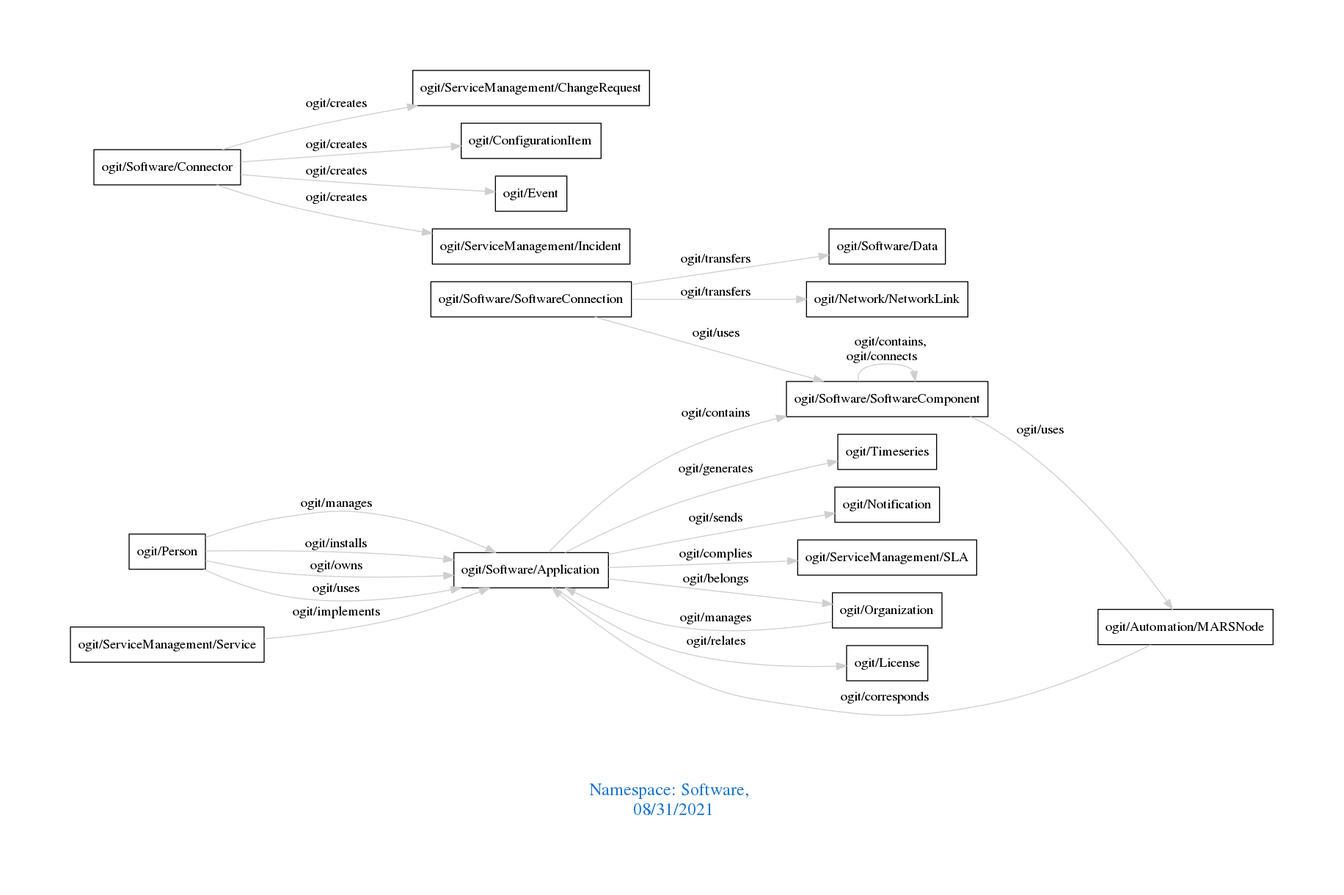
arago/OGIT keeps this Graphviz diagram as downloads/Software.png. Above is the earlier version. Its source is kept beside it as downloads/Software.dot.
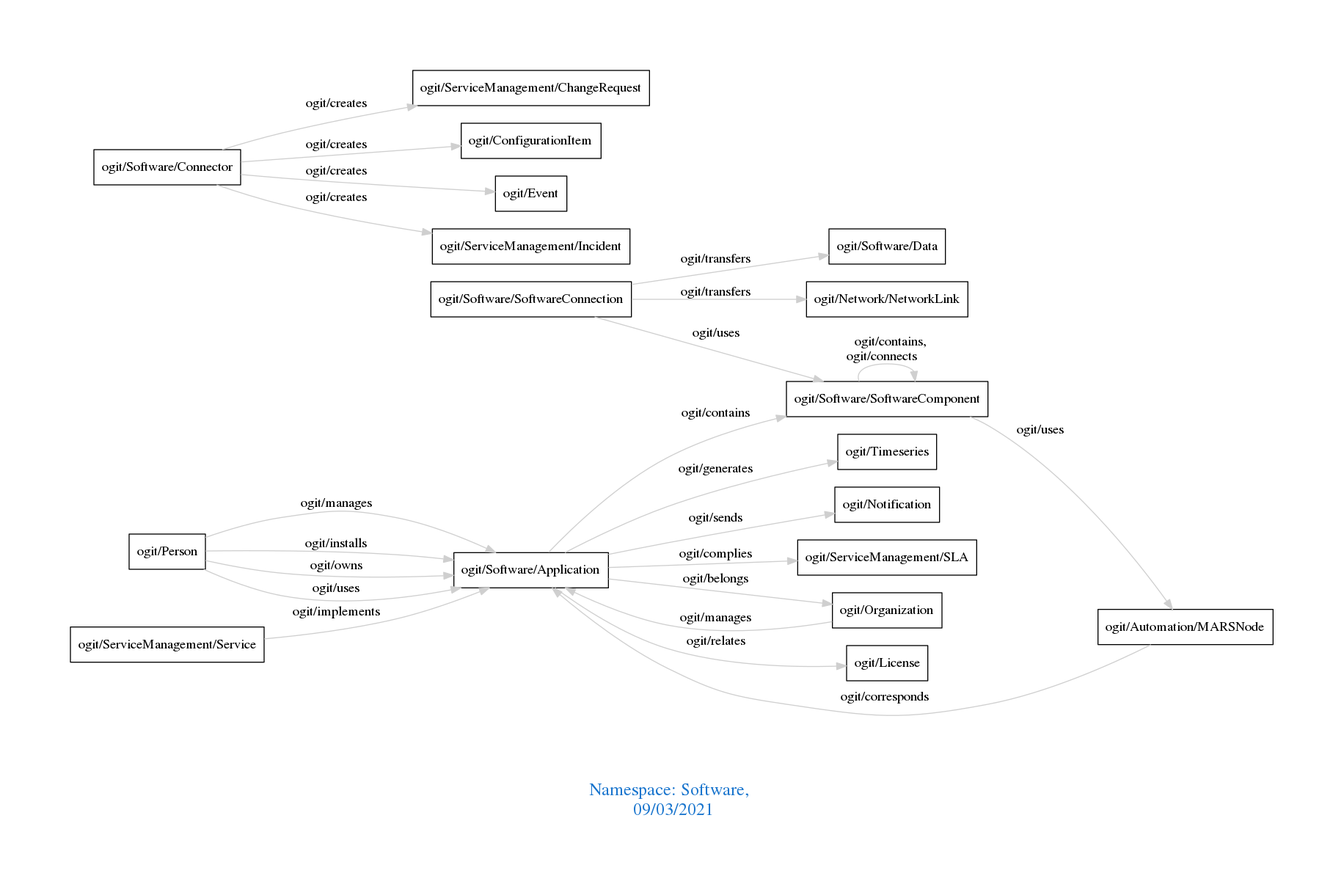
Later version of the same file.

The edit, as a diff of the source:
```diff
@@ -1,7 +1,7 @@
 digraph OGIT_ontology {
  graph [ rankdir= LR,pad=1
 fontsize = 18,
-fontcolor= dodgerblue3,label = "\n\n\nNamespace: Software, \n 08/31/2021"];
+fontcolor= dodgerblue3,label = "\n\n\nNamespace: Software, \n 09/03/2021"];
 node[shape=polygon];
 edge [  color="gray81"];
 
```
